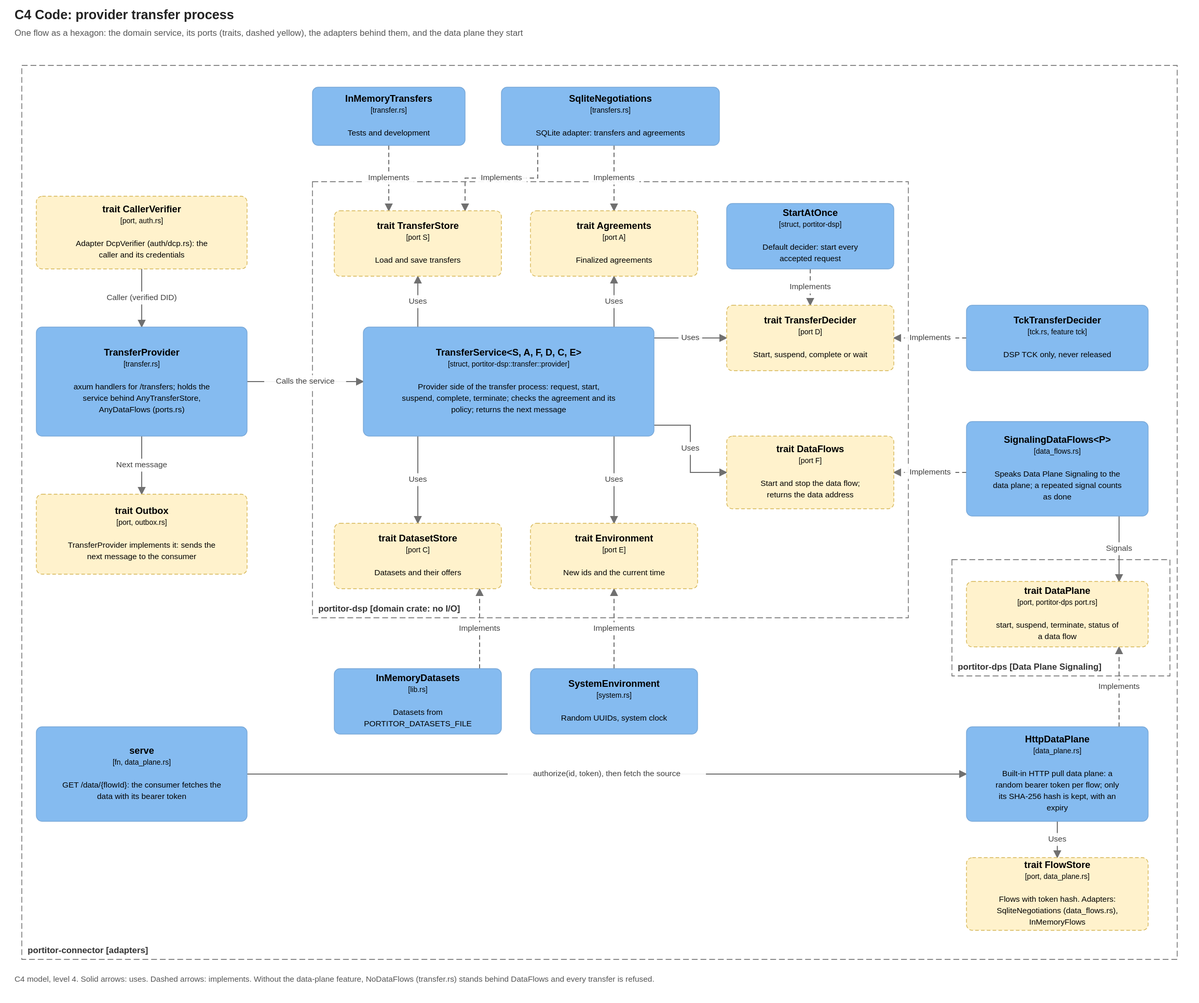
brunopacheco1/ldsc keeps this draw.io diagram as docs/diagrams/c4-transfer-code.drawio.svg. Above is the earlier version. Source tidied: cells renumbered, new cells last; positions are measured from the earlier drawing's top-left corner, leaving out a move shared by most shapes.
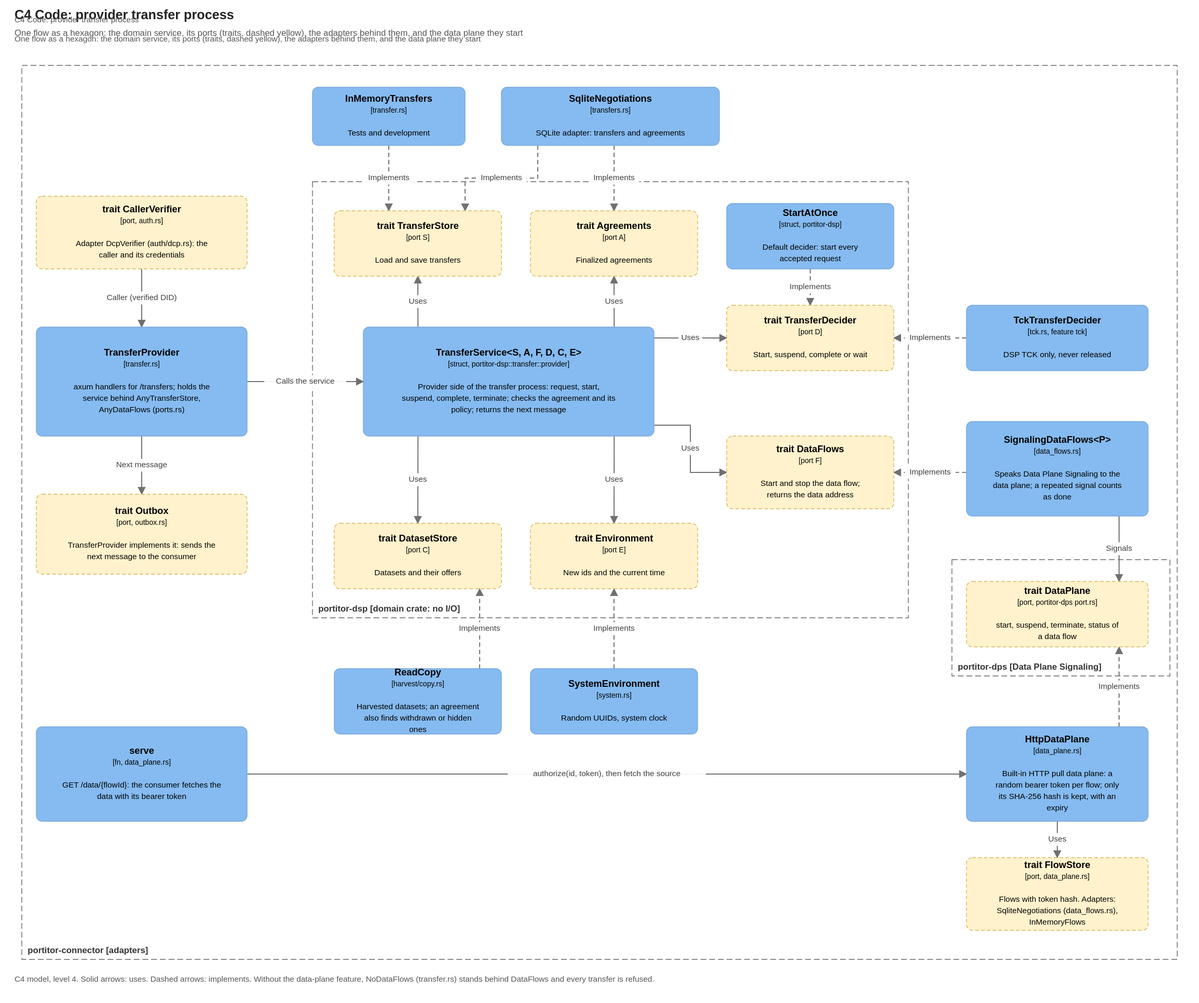
After the commit.

Diff of the diagram source:
```diff
@@ -2,10 +2,10 @@
   <root>
     <mxCell id="0" />
     <mxCell id="1" parent="0" />
-    <mxCell id="2" value="C4 Code: provider transfer process" style="text;html=1;align=left;verticalAlign=middle;fontSize=18;fontStyle=1;fontColor=#222222;whiteSpace=wrap;" parent="1" vertex="1">
-      <mxGeometry width="1610" height="24" as="geometry" />
-    </mxCell>
+    <mxCell id="49" value="C4 Code: provider transfer process" style="text;html=1;align=left;verticalAlign=top;fontSize=11;fontColor=#555555;whiteSpace=wrap;" parent="1" vertex="1">
+      <mxGeometry width="1610" height="24" as="geometry" />
+    </mxCell>
-    <mxCell id="3" value="One flow as a hexagon: the domain service, its ports (traits, dashed yellow), the adapters behind them, and the data plane they start" style="text;html=1;align=left;verticalAlign=middle;fontSize=12;fontStyle=0;fontColor=#555555;whiteSpace=wrap;" parent="1" vertex="1">
+    <mxCell id="3" value="One flow as a hexagon: the domain service, its ports (traits, dashed yellow), the adapters behind them, and the data plane they start" style="text;html=1;align=left;verticalAlign=top;fontSize=11;fontColor=#555555;whiteSpace=wrap;" parent="1" vertex="1">
       <mxGeometry y="26" width="1610" height="20" as="geometry" />
     </mxCell>
     <mxCell id="4" value="portitor-dsp  [domain crate: no I/O]" style="rounded=0;whiteSpace=wrap;html=1;fillColor=none;dashed=1;dashPattern=8 4;strokeColor=#666666;fontColor=#333333;align=left;verticalAlign=bottom;spacingLeft=8;spacingBottom=4;fontSize=12;fontStyle=1;" parent="1" vertex="1">
@@ -47,7 +47,7 @@
     <mxCell id="16" value="&lt;b&gt;SqliteNegotiations&lt;/b&gt;&lt;br&gt;&lt;font style=&quot;font-size:10px&quot;&gt;[transfers.rs]&lt;/font&gt;&lt;br&gt;&lt;br&gt;&lt;font style=&quot;font-size:11px&quot;&gt;SQLite adapter: transfers and agreements&lt;/font&gt;" style="rounded=1;arcSize=8;whiteSpace=wrap;html=1;fillColor=#85BBF0;strokeColor=#78A8D8;fontColor=#000000;fontSize=13;align=center;verticalAlign=middle;c4Kind=component;c4Name=SqliteNegotiations;" parent="1" vertex="1">
       <mxGeometry x="670" y="110" width="300" height="80" as="geometry" />
     </mxCell>
-    <mxCell id="17" value="&lt;b&gt;InMemoryDatasets&lt;/b&gt;&lt;br&gt;&lt;font style=&quot;font-size:10px&quot;&gt;[lib.rs]&lt;/font&gt;&lt;br&gt;&lt;br&gt;&lt;font style=&quot;font-size:11px&quot;&gt;Datasets from PORTITOR_DATASETS_FILE&lt;/font&gt;" style="rounded=1;arcSize=8;whiteSpace=wrap;html=1;fillColor=#85BBF0;strokeColor=#78A8D8;fontColor=#000000;fontSize=13;align=center;verticalAlign=middle;c4Kind=component;c4Name=InMemoryDatasets;" parent="1" vertex="1">
+    <mxCell id="17" value="&lt;b&gt;ReadCopy&lt;/b&gt;&lt;br&gt;&lt;font style=&quot;font-size:10px&quot;&gt;[harvest/copy.rs]&lt;/font&gt;&lt;br&gt;&lt;br&gt;&lt;font style=&quot;font-size:11px&quot;&gt;Harvested datasets; an agreement also finds withdrawn or hidden ones&lt;/font&gt;" style="rounded=1;arcSize=8;whiteSpace=wrap;html=1;fillColor=#85BBF0;strokeColor=#78A8D8;fontColor=#000000;fontSize=13;align=center;verticalAlign=middle;c4Kind=component;c4Name=ReadCopy;" parent="1" vertex="1">
       <mxGeometry x="440" y="910" width="230" height="90" as="geometry" />
     </mxCell>
     <mxCell id="18" value="&lt;b&gt;SystemEnvironment&lt;/b&gt;&lt;br&gt;&lt;font style=&quot;font-size:10px&quot;&gt;[system.rs]&lt;/font&gt;&lt;br&gt;&lt;br&gt;&lt;font style=&quot;font-size:11px&quot;&gt;Random UUIDs, system clock&lt;/font&gt;" style="rounded=1;arcSize=8;whiteSpace=wrap;html=1;fillColor=#85BBF0;strokeColor=#78A8D8;fontColor=#000000;fontSize=13;align=center;verticalAlign=middle;c4Kind=component;c4Name=SystemEnvironment;" parent="1" vertex="1">
@@ -153,8 +153,8 @@
     <mxCell id="48" value="Implements" style="endArrow=blockThin;endFill=1;html=1;rounded=0;strokeColor=#707070;fontSize=11;fontColor=#404040;labelBackgroundColor=#FFFFFF;dashed=1;exitX=0.840;exitY=0.000;exitPerimeter=0;entryX=0.840;entryY=1.000;entryPerimeter=0;" parent="1" edge="1" source="22" target="21">
       <mxGeometry relative="1" as="geometry" />
     </mxCell>
-    <mxCell id="49" value="C4 model, level 4. Solid arrows: uses. Dashed arrows: implements. Without the data-plane feature, NoDataFlows (transfer.rs) stands behind DataFlows and every transfer is refused." style="text;html=1;align=left;verticalAlign=top;fontSize=11;fontColor=#555555;whiteSpace=wrap;" parent="1" vertex="1">
-      <mxGeometry y="1320" width="1610" height="40" as="geometry" />
-    </mxCell>
+    <mxCell id="50" value="C4 model, level 4. Solid arrows: uses. Dashed arrows: implements. Without the data-plane feature, NoDataFlows (transfer.rs) stands behind DataFlows and every transfer is refused." style="text;html=1;align=left;verticalAlign=top;fontSize=11;fontColor=#555555;whiteSpace=wrap;" parent="1" vertex="1">
+      <mxGeometry y="1320" width="1610" height="40" as="geometry" />
+    </mxCell>
   </root>
 </mxGraphModel>
```
